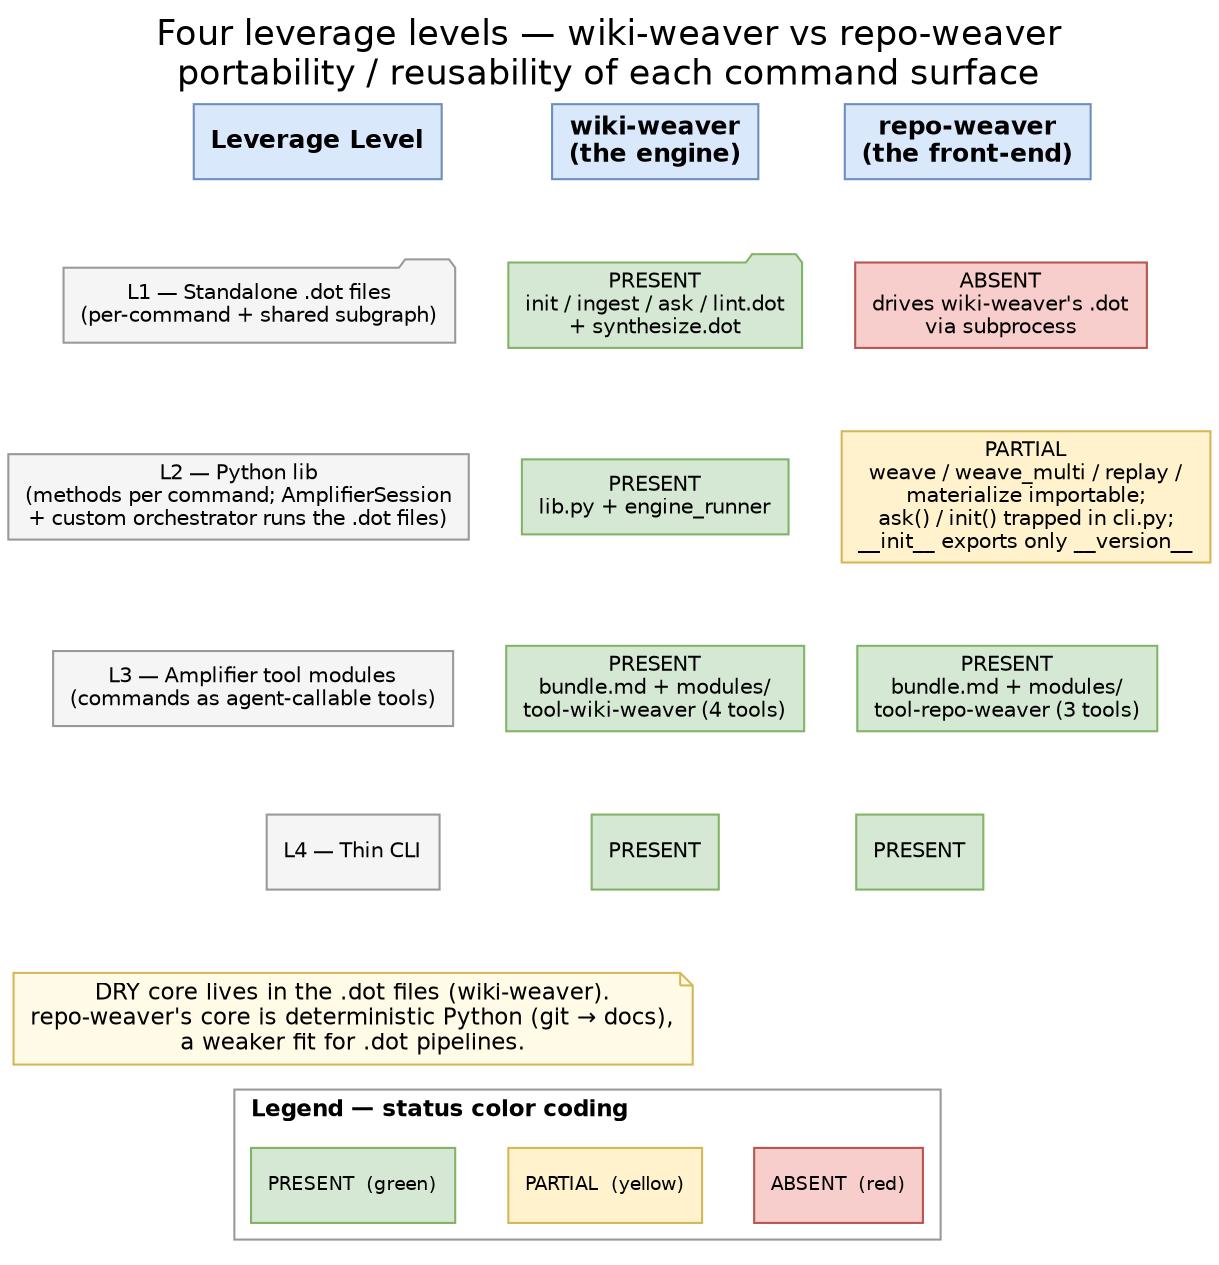
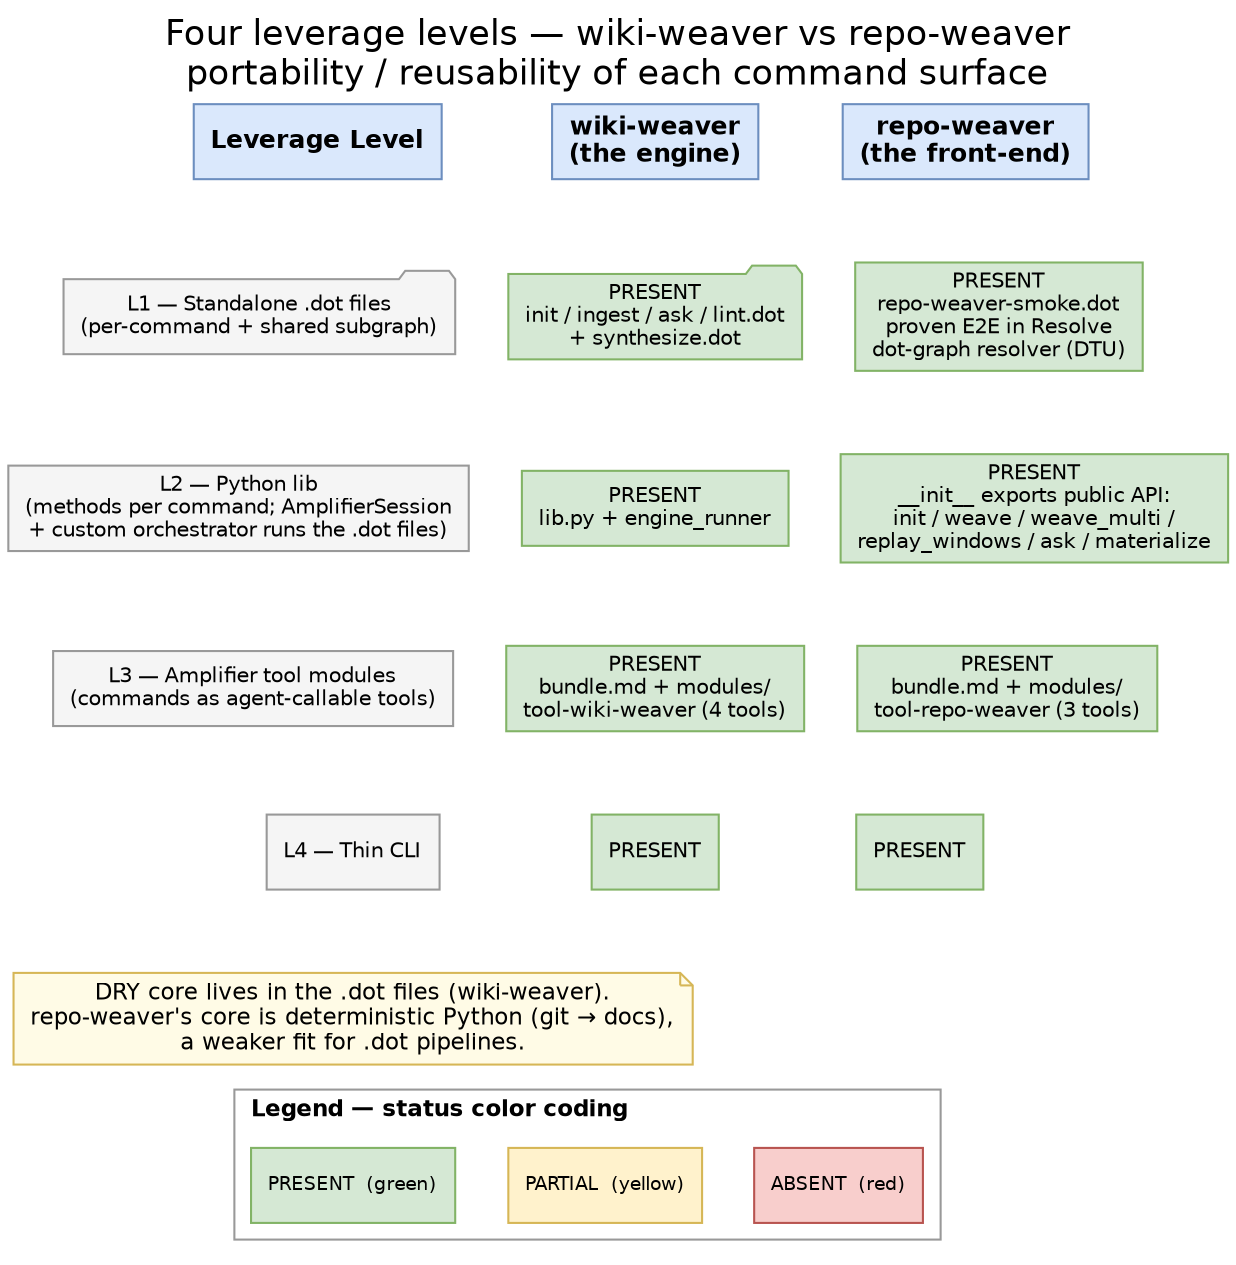
digraph leverage_levels {
  label="Four leverage levels — wiki-weaver vs repo-weaver\nportability / reusability of each command surface";
  labelloc="t";
  fontname="Helvetica";
  fontsize=17;
  rankdir=TB;
  nodesep=0.35;
  ranksep=0.55;
  node [fontname="Helvetica", fontsize=10, style=filled, shape=box];
  edge [style=invis];

  // ---------------- column headers ----------------
  h_level [label="Leverage Level", fillcolor="#dae8fc", color="#6c8ebf", fontname="Helvetica-Bold", fontsize=12];
  h_ww    [label="wiki-weaver\n(the engine)", fillcolor="#dae8fc", color="#6c8ebf", fontname="Helvetica-Bold", fontsize=12];
  h_rw    [label="repo-weaver\n(the front-end)", fillcolor="#dae8fc", color="#6c8ebf", fontname="Helvetica-Bold", fontsize=12];

  // ---------------- L1 ----------------
  l1_desc [label="L1 — Standalone .dot files\n(per-command + shared subgraph)", shape=folder, fillcolor="#f5f5f5", color="#999999"];
  l1_ww   [label="PRESENT\ninit / ingest / ask / lint.dot\n+ synthesize.dot", shape=folder, fillcolor="#d5e8d4", color="#82b366"];
-   l1_rw   [label="ABSENT\ndrives wiki-weaver's .dot\nvia subprocess", fillcolor="#f8cecc", color="#b85450"];
+   l1_rw   [label="PRESENT\nrepo-weaver-smoke.dot\nproven E2E in Resolve\ndot-graph resolver (DTU)", fillcolor="#d5e8d4", color="#82b366"];

  // ---------------- L2 ----------------
  l2_desc [label="L2 — Python lib\n(methods per command; AmplifierSession\n+ custom orchestrator runs the .dot files)", fillcolor="#f5f5f5", color="#999999"];
  l2_ww   [label="PRESENT\nlib.py + engine_runner", fillcolor="#d5e8d4", color="#82b366"];
-   l2_rw   [label="PARTIAL\nweave / weave_multi / replay /\nmaterialize importable;\nask() / init() trapped in cli.py;\n__init__ exports only __version__", fillcolor="#fff2cc", color="#d6b656"];
+   l2_rw   [label="PRESENT\n__init__ exports public API:\ninit / weave / weave_multi /\nreplay_windows / ask / materialize", fillcolor="#d5e8d4", color="#82b366"];

  // ---------------- L3 ----------------
  l3_desc [label="L3 — Amplifier tool modules\n(commands as agent-callable tools)", fillcolor="#f5f5f5", color="#999999"];
  l3_ww   [label="PRESENT\nbundle.md + modules/\ntool-wiki-weaver (4 tools)", fillcolor="#d5e8d4", color="#82b366"];
  l3_rw   [label="PRESENT\nbundle.md + modules/\ntool-repo-weaver (3 tools)", fillcolor="#d5e8d4", color="#82b366"];

  // ---------------- L4 ----------------
  l4_desc [label="L4 — Thin CLI", fillcolor="#f5f5f5", color="#999999"];
  l4_ww   [label="PRESENT", fillcolor="#d5e8d4", color="#82b366"];
  l4_rw   [label="PRESENT", fillcolor="#d5e8d4", color="#82b366"];

  // ---------------- note row ----------------
  note [label="DRY core lives in the .dot files (wiki-weaver).\nrepo-weaver's core is deterministic Python (git → docs),\na weaker fit for .dot pipelines.", shape=note, fillcolor="#fffbe6", color="#d6b656", fontsize=11];

  // ---------------- row alignment (rank=same) ----------------
  { rank=same; h_level; h_ww; h_rw }
  { rank=same; l1_desc; l1_ww; l1_rw }
  { rank=same; l2_desc; l2_ww; l2_rw }
  { rank=same; l3_desc; l3_ww; l3_rw }
  { rank=same; l4_desc; l4_ww; l4_rw }

  // ---------------- column ordering (invisible vertical chains) ----------------
  h_level -> l1_desc -> l2_desc -> l3_desc -> l4_desc -> note;
  h_ww    -> l1_ww   -> l2_ww   -> l3_ww   -> l4_ww;
  h_rw    -> l1_rw   -> l2_rw   -> l3_rw   -> l4_rw;

  // ---------------- horizontal ordering within each row ----------------
  h_level -> h_ww -> h_rw;
  l1_desc -> l1_ww -> l1_rw;
  l2_desc -> l2_ww -> l2_rw;
  l3_desc -> l3_ww -> l3_rw;
  l4_desc -> l4_ww -> l4_rw;

  // ---------------- legend ----------------
  subgraph cluster_legend {
    label="Legend — status color coding";
    labeljust="l";
    style=filled; fillcolor="#ffffff"; color="#999999";
    fontsize=11; fontname="Helvetica-Bold";
    node [fontsize=9];

    lg_present [label="PRESENT  (green)", fillcolor="#d5e8d4", color="#82b366"];
    lg_partial [label="PARTIAL  (yellow)", fillcolor="#fff2cc", color="#d6b656"];
    lg_absent  [label="ABSENT  (red)", fillcolor="#f8cecc", color="#b85450"];

    lg_present -> lg_partial -> lg_absent [style=invis];
    { rank=same; lg_present; lg_partial; lg_absent }
  }

  note -> lg_present [style=invis];
}
